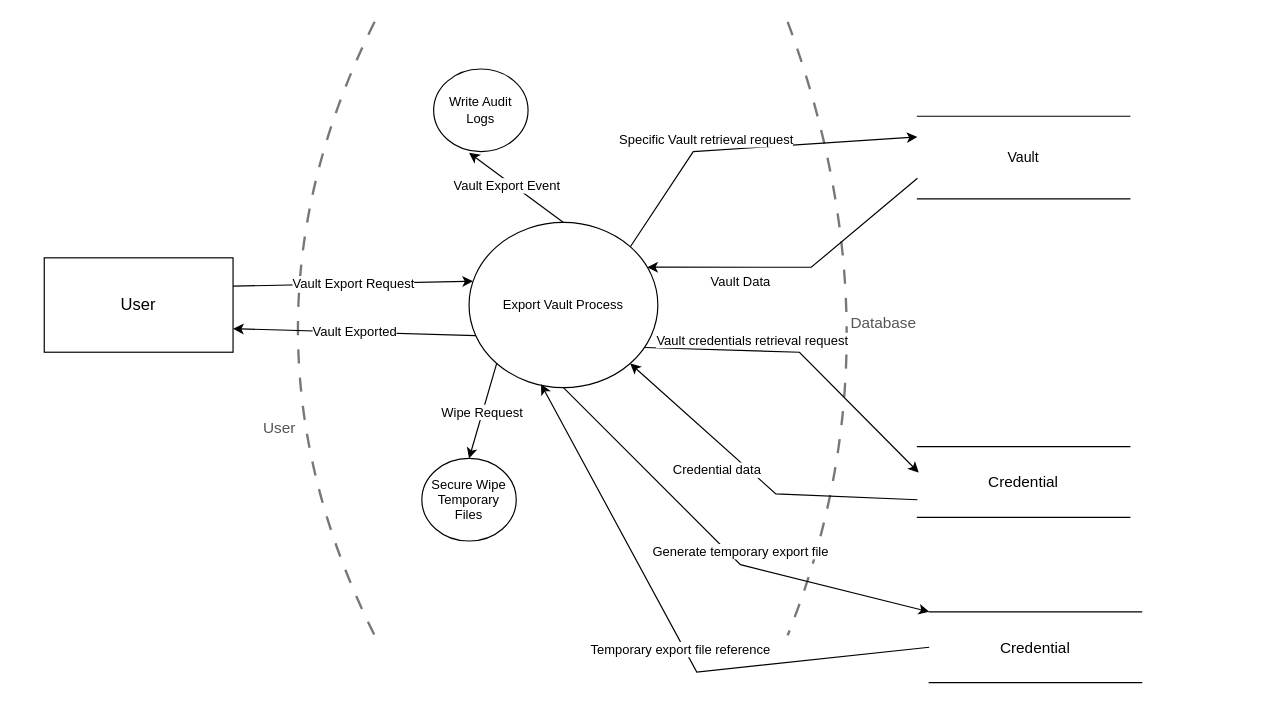
The draw.io diagram Phase1/images/data-flow-diagrams/export-vault/export-vault.drawio in mei-desofs/desofs2026_thu_ffs_2, before the edit. Source tidied: cells renumbered, new cells numbered last; positions are measured from the earlier drawing's top-left corner, leaving out a move shared by most shapes. Both pictures are drawn from the tidied source at 118%, with x=0, y=0 at pixel (20, 21).
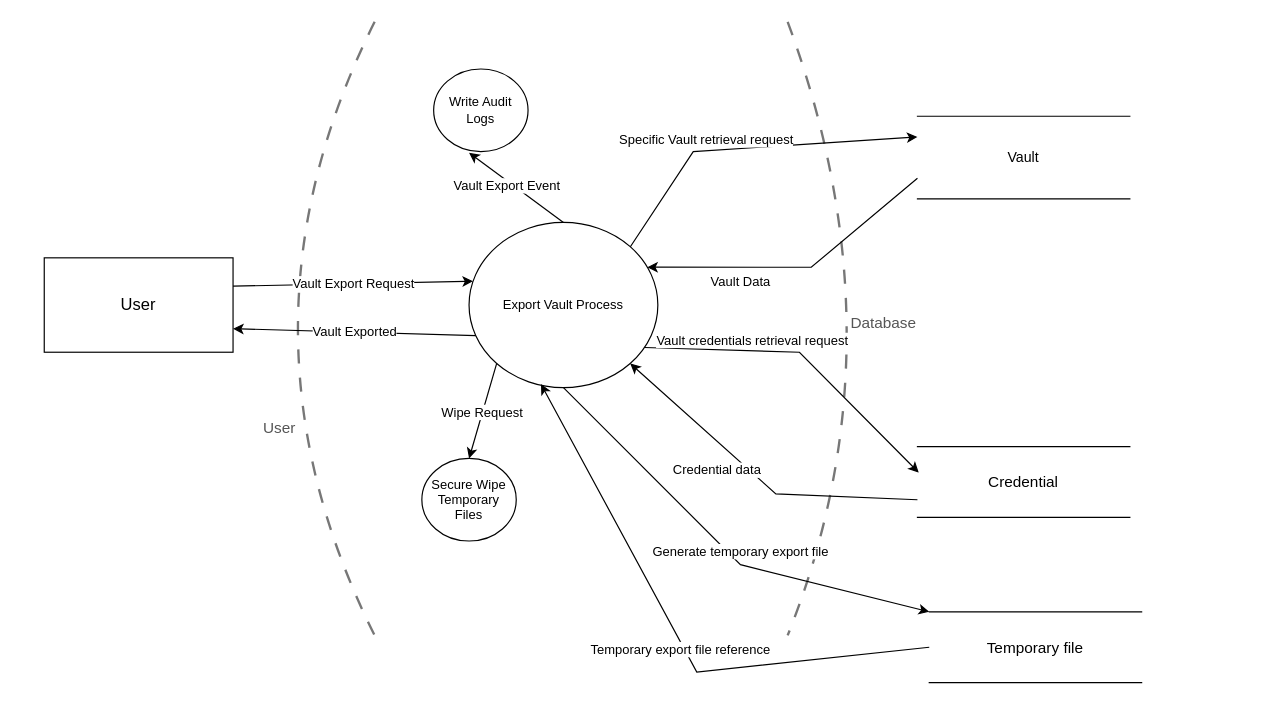
The same page after the edit.

Diff of the diagram source:
```diff
@@
-    <mxCell id="15" value="Credential" style="shape=partialRectangle;top=1;bottom=1;left=0;right=0;fillColor=none;strokeColor=#000000;whiteSpace=wrap;html=1;fontSize=13;verticalAlign=middle;" parent="1" vertex="1">
+    <mxCell id="15" value="Temporary file" style="shape=partialRectangle;top=1;bottom=1;left=0;right=0;fillColor=none;strokeColor=#000000;whiteSpace=wrap;html=1;fontSize=13;verticalAlign=middle;" parent="1" vertex="1">
       <mxGeometry x="770" y="500" width="180" height="60" as="geometry" />
     </mxCell>
```
